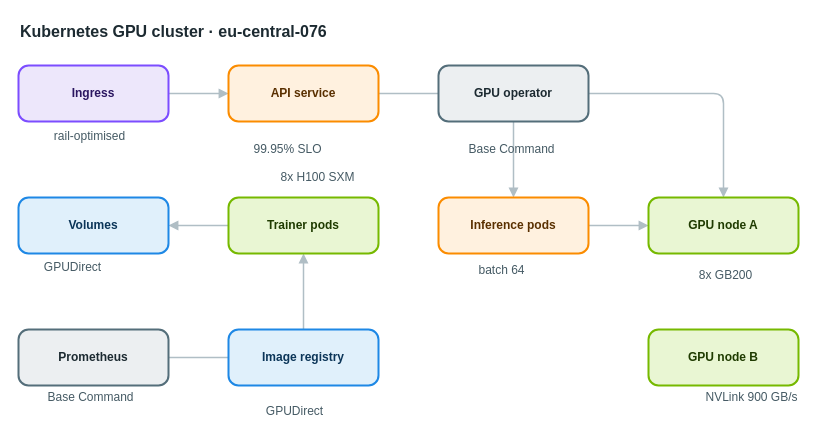
The draw.io diagram apps/web/public/samples/library/076-kubernetes-gpu-cluster.drawio in AryanG01/open-apprentice, before the edit. Source tidied: cells renumbered, new cells numbered last; positions are measured from the earlier drawing's top-left corner, leaving out a move shared by most shapes. Both pictures are drawn from the tidied source at 100%, with x=0, y=0 at pixel (18, 17).
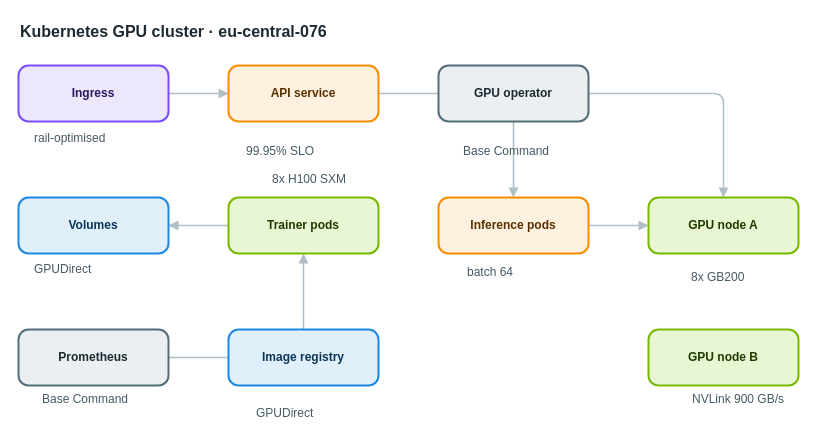
Above is the later version.

The edit, as a diff of the source:
```diff
@@
-    <mxCell id="19" value="rail-optimised" style="text;html=1;align=center;verticalAlign=middle;whiteSpace=nowrap;strokeColor=none;fillColor=none;fontSize=12;fontColor=#455a64;" parent="1" vertex="1">
+    <mxCell id="19" value="rail-optimised" style="text;html=1;align=left;verticalAlign=top;whiteSpace=nowrap;spacing=0;spacingTop=0;strokeColor=none;fillColor=none;fontSize=12;fontColor=#455a64;" parent="1" vertex="1">
       <mxGeometry x="16" y="109" width="110" height="20" as="geometry" />
     </mxCell>
-    <mxCell id="20" value="99.95% SLO" style="text;html=1;align=center;verticalAlign=middle;whiteSpace=nowrap;strokeColor=none;fillColor=none;fontSize=12;fontColor=#455a64;" parent="1" vertex="1">
+    <mxCell id="20" value="99.95% SLO" style="text;html=1;align=left;verticalAlign=top;whiteSpace=nowrap;spacing=0;spacingTop=0;strokeColor=none;fillColor=none;fontSize=12;fontColor=#455a64;" parent="1" vertex="1">
       <mxGeometry x="228" y="122" width="82" height="20" as="geometry" />
     </mxCell>
-    <mxCell id="21" value="Base Command" style="text;html=1;align=center;verticalAlign=middle;whiteSpace=nowrap;strokeColor=none;fillColor=none;fontSize=12;fontColor=#455a64;" parent="1" vertex="1">
+    <mxCell id="21" value="Base Command" style="text;html=1;align=left;verticalAlign=top;whiteSpace=nowrap;spacing=0;spacingTop=0;strokeColor=none;fillColor=none;fontSize=12;fontColor=#455a64;" parent="1" vertex="1">
       <mxGeometry x="445" y="122" width="96" height="20" as="geometry" />
     </mxCell>
-    <mxCell id="22" value="8x H100 SXM" style="text;html=1;align=center;verticalAlign=middle;whiteSpace=nowrap;strokeColor=none;fillColor=none;fontSize=12;fontColor=#455a64;" parent="1" vertex="1">
+    <mxCell id="22" value="8x H100 SXM" style="text;html=1;align=left;verticalAlign=top;whiteSpace=nowrap;spacing=0;spacingTop=0;strokeColor=none;fillColor=none;fontSize=12;fontColor=#455a64;" parent="1" vertex="1">
       <mxGeometry x="254" y="150" width="89" height="20" as="geometry" />
     </mxCell>
-    <mxCell id="23" value="batch 64" style="text;html=1;align=center;verticalAlign=middle;whiteSpace=nowrap;strokeColor=none;fillColor=none;fontSize=12;fontColor=#455a64;" parent="1" vertex="1">
+    <mxCell id="23" value="batch 64" style="text;html=1;align=left;verticalAlign=top;whiteSpace=nowrap;spacing=0;spacingTop=0;strokeColor=none;fillColor=none;fontSize=12;fontColor=#455a64;" parent="1" vertex="1">
       <mxGeometry x="449" y="243" width="68" height="20" as="geometry" />
     </mxCell>
-    <mxCell id="24" value="8x GB200" style="text;html=1;align=center;verticalAlign=middle;whiteSpace=nowrap;strokeColor=none;fillColor=none;fontSize=12;fontColor=#455a64;" parent="1" vertex="1">
+    <mxCell id="24" value="8x GB200" style="text;html=1;align=left;verticalAlign=top;whiteSpace=nowrap;spacing=0;spacingTop=0;strokeColor=none;fillColor=none;fontSize=12;fontColor=#455a64;" parent="1" vertex="1">
       <mxGeometry x="673" y="248" width="68" height="20" as="geometry" />
     </mxCell>
-    <mxCell id="25" value="NVLink 900 GB/s" style="text;html=1;align=center;verticalAlign=middle;whiteSpace=nowrap;strokeColor=none;fillColor=none;fontSize=12;fontColor=#455a64;" parent="1" vertex="1">
+    <mxCell id="25" value="NVLink 900 GB/s" style="text;html=1;align=left;verticalAlign=top;whiteSpace=nowrap;spacing=0;spacingTop=0;strokeColor=none;fillColor=none;fontSize=12;fontColor=#455a64;" parent="1" vertex="1">
       <mxGeometry x="674" y="370" width="117" height="20" as="geometry" />
     </mxCell>
-    <mxCell id="26" value="GPUDirect" style="text;html=1;align=center;verticalAlign=middle;whiteSpace=nowrap;strokeColor=none;fillColor=none;fontSize=12;fontColor=#455a64;" parent="1" vertex="1">
+    <mxCell id="26" value="GPUDirect" style="text;html=1;align=left;verticalAlign=top;whiteSpace=nowrap;spacing=0;spacingTop=0;strokeColor=none;fillColor=none;fontSize=12;fontColor=#455a64;" parent="1" vertex="1">
       <mxGeometry x="16" y="240" width="75" height="20" as="geometry" />
     </mxCell>
-    <mxCell id="27" value="Base Command" style="text;html=1;align=center;verticalAlign=middle;whiteSpace=nowrap;strokeColor=none;fillColor=none;fontSize=12;fontColor=#455a64;" parent="1" vertex="1">
+    <mxCell id="27" value="Base Command" style="text;html=1;align=left;verticalAlign=top;whiteSpace=nowrap;spacing=0;spacingTop=0;strokeColor=none;fillColor=none;fontSize=12;fontColor=#455a64;" parent="1" vertex="1">
       <mxGeometry x="24" y="370" width="96" height="20" as="geometry" />
     </mxCell>
-    <mxCell id="28" value="GPUDirect" style="text;html=1;align=center;verticalAlign=middle;whiteSpace=nowrap;strokeColor=none;fillColor=none;fontSize=12;fontColor=#455a64;" parent="1" vertex="1">
+    <mxCell id="28" value="GPUDirect" style="text;html=1;align=left;verticalAlign=top;whiteSpace=nowrap;spacing=0;spacingTop=0;strokeColor=none;fillColor=none;fontSize=12;fontColor=#455a64;" parent="1" vertex="1">
       <mxGeometry x="238" y="384" width="75" height="20" as="geometry" />
     </mxCell>
```
